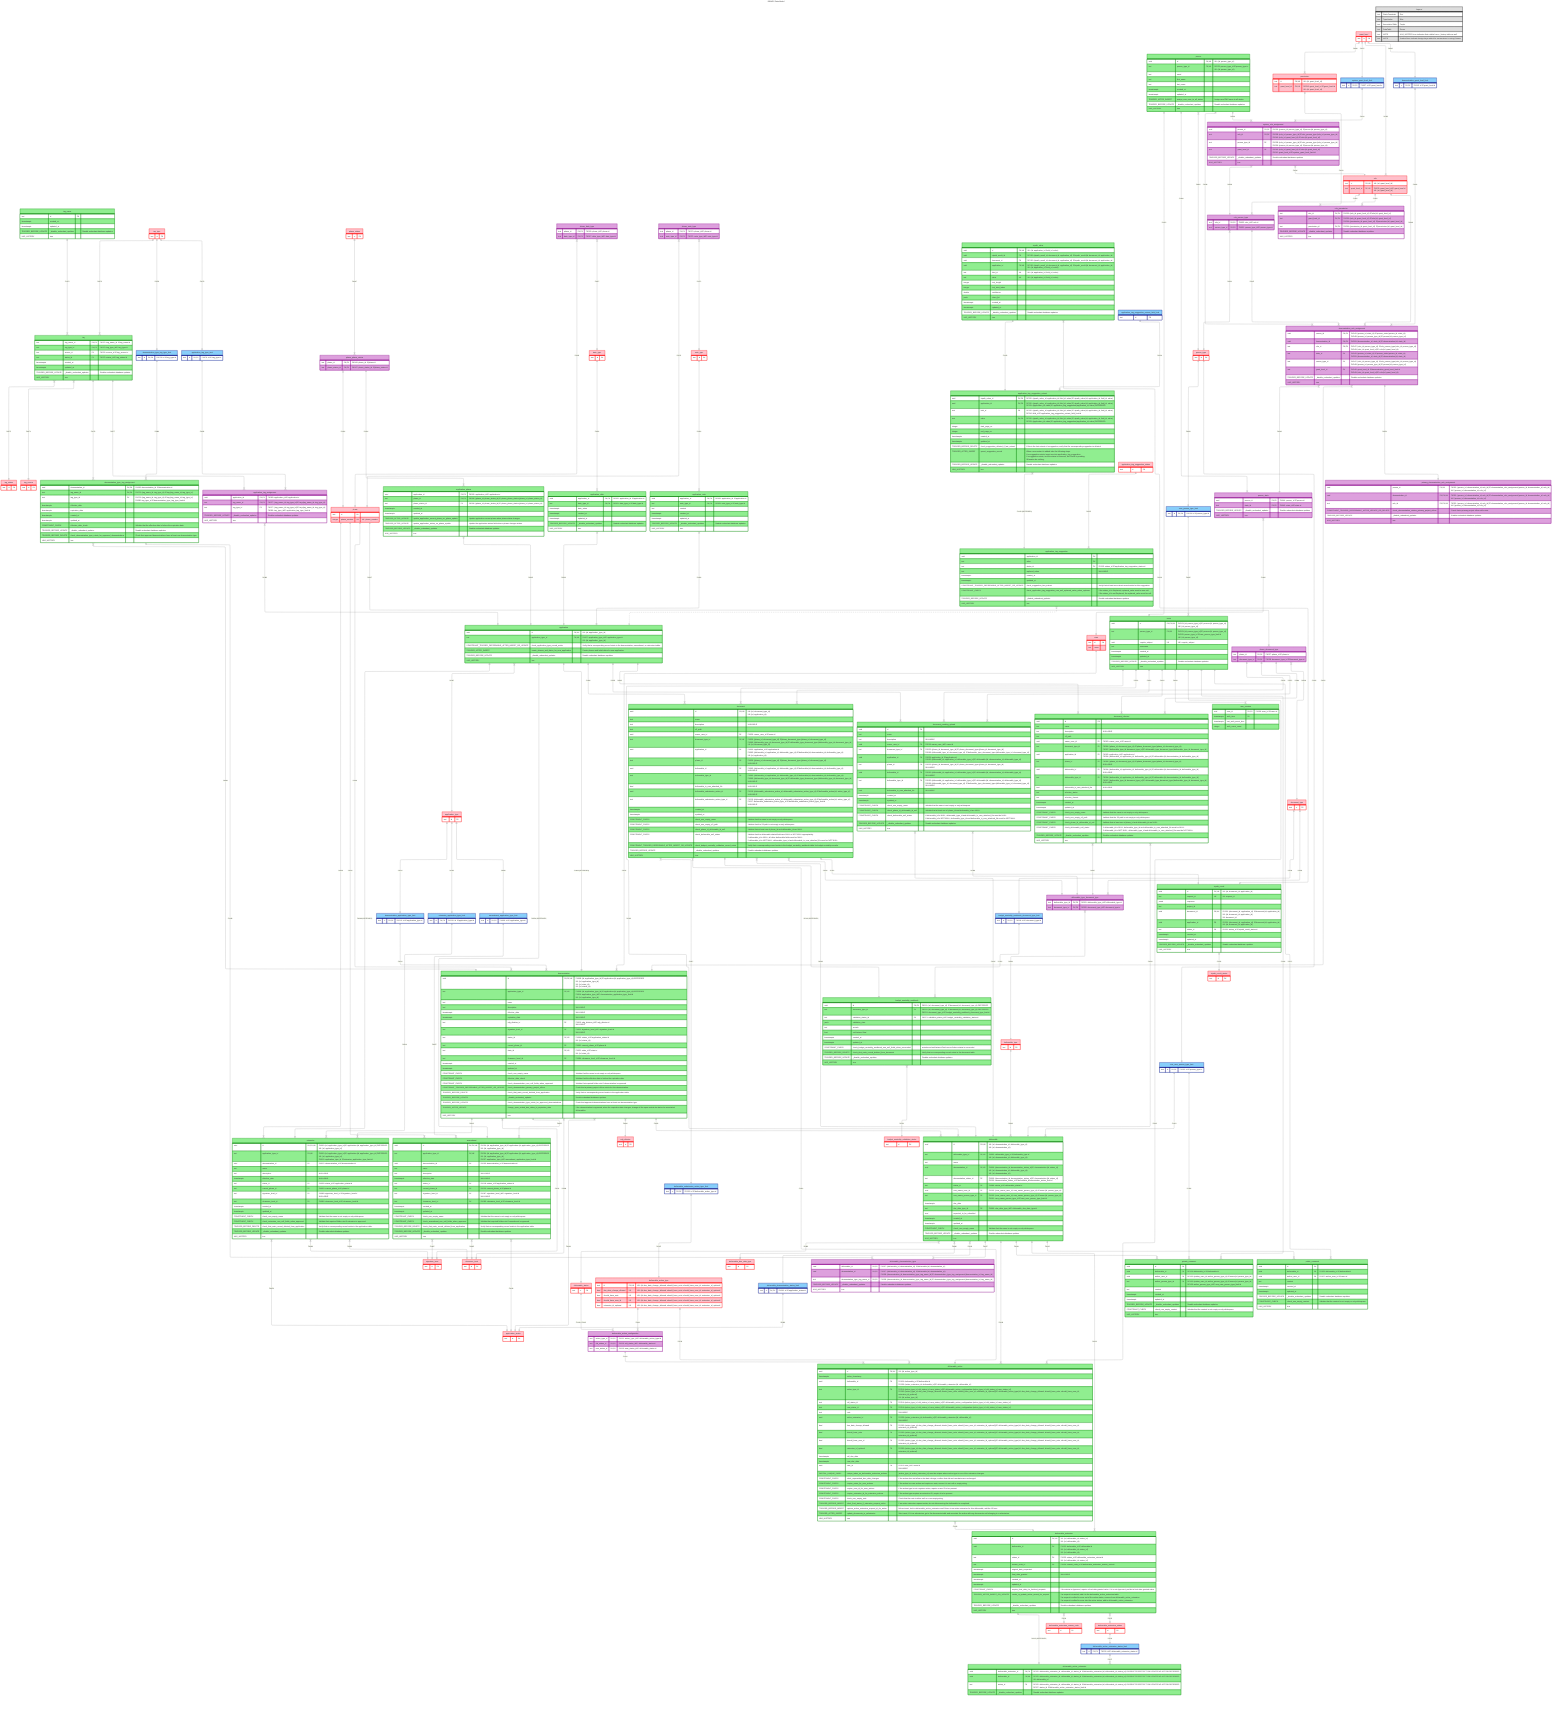
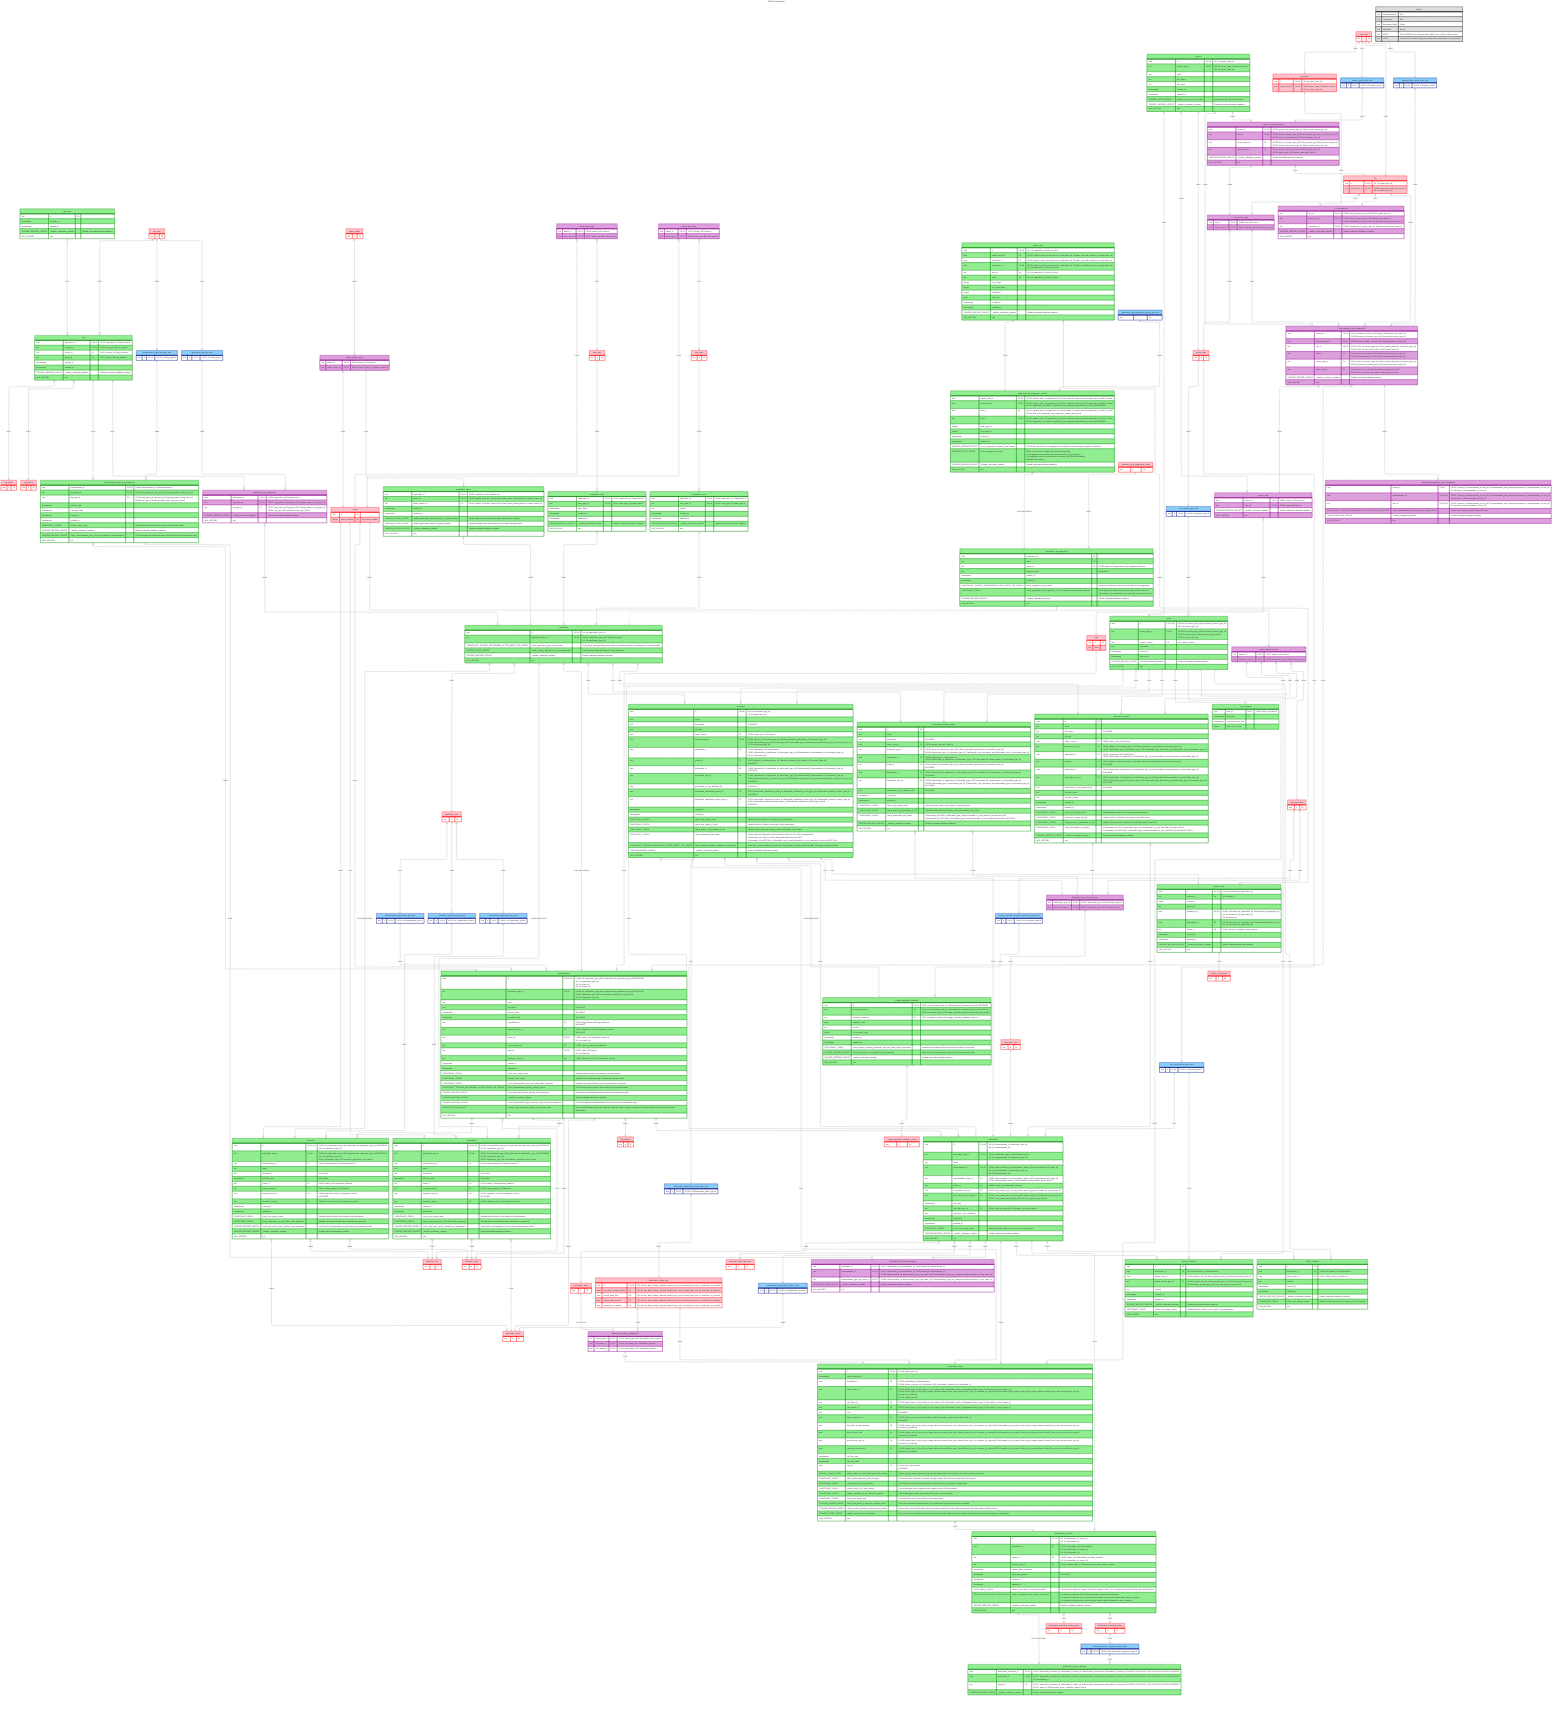
---
title: DEMOS Data Model
config:
  theme: default
  layout: elk
  elk:
    nodePlacementStrategy: NETWORK_SIMPLEX
---

erDiagram
  classDef staticConstraint stroke:red,fill:pink
  classDef typeLimiter stroke:navy,fill:lightskyblue
  classDef dataTable stroke:green,fill:lightgreen
  classDef associativeTable stroke:darkmagenta,fill:plum
  classDef legend stroke:black,fill:#ddd

  tag_name ||--|{ tag : "FK072"
  tag_type ||--|{ tag : "FK073"
  tag }|--|| tag_status : "FK075"
  tag }|--|| tag_source : "FK074"
  tag ||--|{ demonstration_type_tag_assignment : "FK076"
  tag ||--|{ application_tag_assignment : "FK077"
  tag_type ||--|| demonstration_type_tag_type_limit : "FK078"
  tag_type ||--|| application_tag_type_limit : "FK079"
  demonstration_type_tag_type_limit ||--|{ demonstration_type_tag_assignment : "FK080"
  application_tag_type_limit ||--|{ application_tag_assignment : "FK081"
  demonstration_type_tag_assignment }|--|| demonstration : "FK082"
  application_tag_assignment }|--|| application : "FK083"
  phase_status ||--|{ phase_phase_status : "FK067"
  phase_phase_status }|--|| phase : "FK066"
  phase_phase_status ||--|{ application_phase  : "FK004"
  phase_date_type }|--|| phase : "FK003"
  phase_note_type }|--|| phase : "FK070"
  phase_date_type }|--|| date_type: "FK017"
  phase_note_type }|--|| note_type: "FK071"
  application_phase }|--|| application : "FK005"
  date_type ||--|{ application_date  : "FK001"
  note_type ||--|{ application_note  : "FK069"
  application_date }|--|| application : "FK002"
  application_note }|--|| application : "FK068"
  application }|--|| application_type : "FK007"
  application ||--|| demonstration : "FK008 (DEFERRED)"
  application ||--|| extension : "FK009 (DEFERRED)"
  application ||--|| amendment : "FK054 (DEFERRED)"
  demonstration }|--|| sdg_division : "FK010"
  demonstration }|--|| signature_level : "FK011"
  demonstration ||--|{ extension : "FK012"
  demonstration ||--|{ amendment : "FK055"
  application_type ||--|| demonstration_application_type_limit : "FK013"
  demonstration_application_type_limit ||--|{ demonstration : "FK014"
  application_type ||--|| extension_application_type_limit : "FK015"
  extension_application_type_limit ||--|{ extension : "FK016"
  application_type ||--|| amendment_application_type_limit : "FK056"
  amendment_application_type_limit ||--|{ amendment : "FK057"
  amendment }|--|| application_status : "FK018"
  phase ||--|{ amendment : "FK020"
  extension }|--|| application_status : "FK058"
  phase ||--|{ extension : "FK059"
  demonstration }|--|| application_status : "FK060"
  phase ||--|{ demonstration : "FK061"
  state ||--|{ demonstration : "FK021"
  person }|--|| person_type : "FK022"
  person ||--|| users : "FK023"
  person_type ||--|| user_person_type_limit : "FK024"
  user_person_type_limit ||--|{ users : "FK025"
  users ||--|{ document : "FK026"
  users ||--|{ document_pending_upload : "FK019"
  users ||--|{ document_infected : "FK063"
  users ||--|{ user_session : "FK139"
  phase ||--|{ phase_document_type : "FK027"
  phase_document_type }|--|| document_type : "FK028"
  phase_document_type ||--|{ document : "FK029"
  phase_document_type ||--|{ document_pending_upload : "FK052"
  phase_document_type ||--|{ document_infected : "FK064"
  application ||--|{ document : "FK030"
  application ||--|{ document_pending_upload : "FK053"
  application ||--|{ document_infected : "FK065"
  role_person_type }|--|| person_type : "FK031"
  role ||--|{ role_person_type : "FK032"
  role ||--|{ role_permission : "FK033"
  permission ||--|{ role_permission : "FK034"
  grant_level ||--|{ role : "FK035"
  grant_level ||--|{ permission : "FK036"
  system_grant_level_limit ||--|{ system_role_assignment : "FK041"
  system_role_assignment }|--|| role_person_type : "FK038"
  person ||--|{ system_role_assignment : "FK039"
  system_role_assignment }|--|| role : "FK040"
  grant_level ||--|| system_grant_level_limit : "FK037"
  demonstration_role_assignment }|--|| person_state : "FK042"
  person_state }|--|| state : "FK043"
  person ||--|{ person_state : "FK044"
  grant_level ||--|| demonstration_grant_level_limit : "FK045"
  demonstration_grant_level_limit ||--|{ demonstration_role_assignment : "FK046"
  role_person_type ||--|{ demonstration_role_assignment : "FK047"
  person ||--|{ demonstration_role_assignment : "FK048"
  role ||--|{ demonstration_role_assignment : "FK049"
  demonstration_role_assignment }|--|| demonstration : "FK050"
  demonstration_role_assignment ||--|| primary_demonstration_role_assignment : "FK051"
  demonstration }|--|| clearance_level : "FK084"
  amendment }|--|| clearance_level : "FK085"
  extension }|--|| clearance_level : "FK086"
  amendment }|--|| signature_level : "FK087"
  extension }|--|| signature_level : "FK088"
  document_type ||--|| budget_neutrality_workbook_document_type_limit : "FK118"
  document ||--|| budget_neutrality_workbook : "FK119 (DEFERRED)"
  budget_neutrality_workbook_document_type_limit ||--|{ budget_neutrality_workbook : "FK120"
  budget_neutrality_workbook }|--|| budget_neutrality_validation_status : "FK121"
  document }|--|| deliverable_action : "FK116"
  document }|--|| deliverable_submission_action_type_limit : "FK117"
  deliverable_status ||--|{ deliverable_action_configuration : "FK110, FK113"
  deliverable_action_type ||--|{ deliverable_action_configuration : "FK111"
  deliverable_action_type ||--|{ deliverable_action : "FK136"
  deliverable_action_configuration ||--|{ deliverable_action : "FK114"
  deliverable_submission_action_type_limit ||--|| deliverable_action_type : "FK115"
  demonstration ||--|{ deliverable : "FK006"
  deliverable_type ||--|{ deliverable : "FK062"
  deliverable }|--|| deliverable_status : "FK089"
  deliverable }|--|| deliverable_due_date_type : "FK090"
  document_type ||--|{ deliverable_type_document_type : "FK092"
  deliverable_type_document_type }|--|| deliverable_type : "FK091"
  document }|--|| deliverable : "FK093"
  document_infected }|--|| deliverable : "FK094"
  document_pending_upload }|--|| deliverable : "FK095"
  document }|--|| deliverable_type_document_type : "FK096"
  document_infected }|--|| deliverable_type_document_type : "FK097"
  document_pending_upload }|--|| deliverable_type_document_type : "FK098"
  deliverable_demonstration_status_limit ||--|| application_status : "FK099"
  deliverable }|--|| deliverable_demonstration_status_limit : "FK100"
  cms_user_person_type_limit ||--|{ deliverable : "FK101"
  person_type ||--|| cms_user_person_type_limit : "FK102"
  users ||--|{ deliverable : "FK103"
  deliverable ||--|{ deliverable_action : "FK109"
  deliverable_action }|--|| deliverable_extension : "FK128"
  deliverable ||--|{ deliverable_extension : "FK122"
  deliverable ||--|{ deliverable_demonstration_type : "FK137"
  demonstration_type_tag_assignment ||--|{ deliverable_demonstration_type : "FK138"
  deliverable_extension }|--|| deliverable_extension_reason_code : "FK124"
  deliverable_extension }|--|| deliverable_extension_status : "FK123"
  deliverable_extension_status ||--|| deliverable_active_extension_status_limit : "FK126"
  deliverable_active_extension_status_limit ||--|{ deliverable_active_extension : "FK127"
  deliverable_extension ||--|| deliverable_active_extension : "FK125 (DEFERRED)"
  deliverable ||--|{ private_comment : "FK104"
  deliverable ||--|{ public_comment : "FK105"
  users ||--|{ private_comment : "FK106"
  users ||--|{ public_comment : "FK107"
  cms_user_person_type_limit ||--|{ private_comment : "FK108"
  users ||--|{ deliverable_action : "FK112"
  document ||--|| uipath_result : "FK129"
  uipath_result ||--|{ uipath_value : "FK130"
  uipath_result }|--|| uipath_result_status : "FK131"
  uipath_value ||--|| application_tag_suggestion_extract : "FK132"
  application_tag_suggestion_extract }|--|| application_tag_suggestion : "FK133 (DEFERRED)"
  application_tag_suggestion_extract_field_limit ||--|{ application_tag_suggestion_extract : "FK134"
  application_tag_suggestion_status ||--|{ application_tag_suggestion : "FK135"
  application_tag_suggestion }|..|| application : ""

  %% Static Constraints
  application_status:::staticConstraint {
    text id PK
  }

  application_tag_suggestion_status:::staticConstraint {
    text id PK
  }

  application_type:::staticConstraint {
    text id PK
  }

  budget_neutrality_validation_status:::staticConstraint {
    text id PK
  }

  clearance_level:::staticConstraint {
    text id PK
  }

  date_type:::staticConstraint {
    text id PK
  }

  deliverable_action_type:::staticConstraint {
    text id PK, UK "UK: (id, due_date_change_allowed, should_have_note, should_have_user_id, extension_id_optional)"
    bool due_date_change_allowed UK "UK: (id, due_date_change_allowed, should_have_note, should_have_user_id, extension_id_optional)"
    bool should_have_note UK "UK: (id, due_date_change_allowed, should_have_note, should_have_user_id, extension_id_optional)"
    bool should_have_user_id UK "UK: (id, due_date_change_allowed, should_have_note, should_have_user_id, extension_id_optional)"
    bool extension_id_optional UK "UK: (id, due_date_change_allowed, should_have_note, should_have_user_id, extension_id_optional)"
  }

  deliverable_due_date_type:::staticConstraint {
    text id PK
  }

  deliverable_extension_reason_code:::staticConstraint {
    text id PK
  }

  deliverable_extension_status:::staticConstraint {
    text id PK
  }

  deliverable_status:::staticConstraint {
    text id PK
  }

  deliverable_type:::staticConstraint {
    text id PK
  }

  document_type:::staticConstraint {
    text id PK
  }

  grant_level:::staticConstraint {
    text id PK
  }

  note_type:::staticConstraint {
    text id PK
  }

  permission:::staticConstraint {
    text id PK, UK "UK: (id, grant_level_id)"
    text grant_level_id FK, UK "FK036: grant_level_id ∈ grant_level.id<br>UK: (id, grant_level_id)"
  }

  person_type:::staticConstraint {
    text id PK
  }

  phase:::staticConstraint {
    text id PK
    integer phase_number UK "UK: phase_number"
  }

  phase_status:::staticConstraint {
    text id PK
  }

  role:::staticConstraint {
    text id PK, UK "UK: (id, grant_level_id)"
    text grant_level_id FK, UK "FK035: grant_level_id ∈ grant_level.id<br>UK: (id, grant_level_id)"
  }

  sdg_division:::staticConstraint {
    text id PK
  }

  signature_level:::staticConstraint {
    text id PK
  }

  state:::staticConstraint {
    text id PK
    text name
  }

  tag_source:::staticConstraint {
    text id PK
  }

  tag_status:::staticConstraint {
    text id PK
  }

  tag_type:::staticConstraint {
    text id PK
  }

  uipath_result_status:::staticConstraint {
    text id PK
  }

  %% Type Limiters
  amendment_application_type_limit:::typeLimiter {
    text id PK, FK "FK056: id ∈ application_type.id"
  }

  application_tag_suggestion_extract_field_limit:::typeLimiter {
    text id PK
  }

  application_tag_type_limit:::typeLimiter {
    text id PK, FK "FK079: id ∈ tag_type.id"
  }

  budget_neutrality_workbook_document_type_limit:::typeLimiter {
    text id PK, FK "FK118: id ∈ document_type.id"
  }

  cms_user_person_type_limit:::typeLimiter {
    text id PK, FK "FK102: id ∈ person_type.id"
  }

  deliverable_active_extension_status_limit:::typeLimiter {
    text id PK, FK "FK126: id ∈ deliverable_extension_status.id"
  }

  deliverable_demonstration_status_limit:::typeLimiter {
    text id PK, FK "FK099: id ∈ application_status.id"
  }

  deliverable_submission_action_type_limit:::typeLimiter {
    text id PK, FK "FK115: id ∈ deliverable_action_type.id"
  }

  demonstration_application_type_limit:::typeLimiter {
    text id PK, FK "FK013: id ∈ application_type.id"
  }

  demonstration_grant_level_limit:::typeLimiter {
    text id PK, FK "FK045: id ∈ grant_level.id"
  }

  demonstration_type_tag_type_limit:::typeLimiter {
    text id PK, FK "FK078: id ∈ tag_type.id"
  }

  extension_application_type_limit:::typeLimiter {
    text id PK, FK "FK015: id ∈ application_type.id"
  }

  system_grant_level_limit:::typeLimiter {
    text id PK, FK "FK037: id ∈ grant_level.id"
  }

  user_person_type_limit:::typeLimiter {
    text id PK, FK "FK024: id ∈ person_type.id"
  }

  %% Data Tables
  amendment:::dataTable {
    uuid id PK, FK, UK "FK054: (id, application_type_id) ∈ application.(id, application_type_id) DEFERRED<br>UK: (id, application_type_id)"
    text application_type_id FK, UK "FK054: (id, application_type_id) ∈ application.(id, application_type_id) DEFERRED<br>UK: (id, application_type_id)<br>FK057: application_type_id ∈ amendment_application_type_limit.id"
    uuid demonstration_id FK "FK055: demonstration_id ∈ demonstration.id"
    text name
    text description "NULLABLE"
    timestamptz effective_date "NULLABLE"
    text status_id FK "FK018: status_id ∈ application_status.id"
    text current_phase_id FK "FK020: current_phase_id ∈ phase.id"
    text signature_level_id FK "FK087: signature_level_id ∈ signature_level.id<br>NULLABLE"
    text clearance_level_id FK "FK085: clearance_level_id ∈ clearance_level.id"
    timestamptz created_at
    timestamptz updated_at
    CONSTRAINT_CHECK check_non_empty_name "Validate that the name is not empty or only whitespace."
    CONSTRAINT_CHECK check_amendment_non_null_fields_when_approved  "Validate that required fields exist if amendment is approved."
    TRIGGER_BEFORE_DELETE check_that_main_record_deleted_from_application "Verify that no corresponding record exists in the application table."
    TRIGGER_BEFORE_UPDATE _disable_redundant_updates "Disable redundant database updates."
    HAS_HISTORY true
  }

  application:::dataTable {
    uuid id PK, UK "UK: (id, application_type_id)"
    text application_type_id FK, UK "FK007: application_type_id ∈ application_type.id<br>UK: (id, application_type_id)"
    CONSTRAINT_TRIGGER_DEFERRABLE_AFTER_INSERT_OR_UPDATE check_application_type_record_exists "Verify that a corresponding record exists in the demonstration, amendment, or extension tables."
    TRIGGER_AFTER_INSERT create_phases_and_dates_for_new_application "Create phases and initial dates for new application."
    TRIGGER_BEFORE_UPDATE _disable_redundant_updates "Disable redundant database updates."
    HAS_HISTORY true
  }

  application_date:::dataTable {
    uuid application_id PK, FK "FK002: application_id ∈ application.id"
    text date_type_id PK, FK "FK001: date_type_id ∈ date_type.id"
    timestamptz date_value
    timestamptz created_at
    timestamptz updated_at
    TRIGGER_BEFORE_UPDATE _disable_redundant_updates "Disable redundant database updates."
    HAS_HISTORY true
  }

  application_note:::dataTable {
    uuid application_id PK, FK "FK068: application_id ∈ application.id"
    text note_type_id PK, FK "FK069: note_type_id ∈ note_type.id"
    text content
    timestamptz created_at
    timestamptz updated_at
    TRIGGER_BEFORE_UPDATE _disable_redundant_updates "Disable redundant database updates."
    HAS_HISTORY true
  }

  application_phase:::dataTable {
    uuid application_id PK, FK "FK005: application_id ∈ application.id"
    text phase_id PK, FK "FK004: (phase_id, phase_status_id) ∈ phase_phase_status.(phase_id, phase_status_id)"
    text phase_status_id FK "FK004: (phase_id, phase_status_id) ∈ phase_phase_status.(phase_id, phase_status_id)"
    timestamptz created_at
    timestamptz updated_at
    TRIGGER_AFTER_UPDATE update_application_current_phase_on_phase_update "Update application current phase when phase status changes."
    TRIGGER_AFTER_UPDATE update_application_status_on_phase_update "Update the application status field when a phase changes status."
    TRIGGER_BEFORE_UPDATE _disable_redundant_updates "Disable redundant database updates."
    HAS_HISTORY true
  }

  application_tag_suggestion:::dataTable {
    uuid application_id PK
    text value PK
    text status_id FK "FK135: status_id ∈ application_tag_suggestion_status.id"
    text replaced_value "NULLABLE"
    timestamptz created_at
    timestamptz updated_at
    CONSTRAINT_TRIGGER_DEFERRABLE_AFTER_INSERT_OR_UPDATE check_suggestion_has_extract "Verify that at least one extract record exists for this suggestion."
    CONSTRAINT_CHECK check_application_tag_suggestion_non_null_replaced_value_when_replaced "If the status_id is Replaced, replaced_value must be non null.<br>If the status_id is not Replaced, the replaced_value must be null."
    TRIGGER_BEFORE_UPDATE _disable_redundant_updates "Disable redundant database updates."
    HAS_HISTORY true
  }

  application_tag_suggestion_extract:::dataTable {
    uuid uipath_value_id PK, FK "FK132: (uipath_value_id, application_id, field_id, value) ∈ uipath_value.(id, application_id, field_id, value)"
    uuid application_id PK, FK "FK132: (uipath_value_id, application_id, field_id, value) ∈ uipath_value.(id, application_id, field_id, value)<br>FK133: (application_id, value) ∈ application_tag_suggestion.(application_id, value) DEFERRED"
    text field_id FK "FK132: (uipath_value_id, application_id, field_id, value) ∈ uipath_value.(id, application_id, field_id, value)<br>FK134: field_id ∈ application_tag_suggestion_extract_field_limit.id"
    text value PK, FK "FK132: (uipath_value_id, application_id, field_id, value) ∈ uipath_value.(id, application_id, field_id, value)<br>FK133: (application_id, value) ∈ application_tag_suggestion.(application_id, value) DEFERRED"
    integer start_page_no
    integer end_page_no
    timestamptz created_at
    timestamptz updated_at
    TRIGGER_BEFORE_DELETE check_suggestion_deleted_if_last_extract "If this is the last extract of a suggestion, verify that the corresponding suggestion is deleted."
    TRIGGER_AFTER_INSERT upsert_suggestion_record "When a new extract is added take the following steps.<br>If no suggestion exists, insert one into application_tag_suggestion.<br>If a suggestion exists, and the status is removed, set it back to pending.<br>Otherwise do nothing."
    TRIGGER_BEFORE_UPDATE _disable_redundant_updates "Disable redundant database updates."
    HAS_HISTORY true
  }

  budget_neutrality_workbook:::dataTable {
    uuid id PK, FK "FK119: (id, document_type_id) ∈ document.(id, document_type_id) DEFERRED"
    text document_type_id FK "FK119: (id, document_type_id) ∈ document.(id, document_type_id) DEFERRED<br>FK120: document_type_id ∈ budget_neutrality_workbook_document_type_limit.id"
    text validation_status_id FK "FK121: validation_status_id ∈ budget_neutrality_validation_status.id"
    jsonb validation_data
    text actuals
-     float netVarianceTotal
+     double net_variance_total
    timestamptz created_at
    timestamptz updated_at
    CONSTRAINT_CHECK check_budget_neutrality_workbook_non_null_fields_when_succeeded "actuals and netVarianceTotal non null when status is succeeded"
    TRIGGER_BEFORE_DELETE check_that_main_record_deleted_from_document "Verify that no corresponding record exists in the document table."
    TRIGGER_BEFORE_UPDATE _disable_redundant_updates "Disable redundant database updates."
    HAS_HISTORY true
  }

  %% NOTE: That empty line with <br>&nbsp; is a layout hack for Mermaid
  deliverable:::dataTable {
    uuid id PK, UK "UK: (id, demonstration_id, deliverable_type_id)<br>UK: (id, demonstration_id)<br>&nbsp;"
    text deliverable_type_id FK, UK "FK062: deliverable_type_id ∈ deliverable_type.id<br>UK: (id, demonstration_id, deliverable_type_id)"
    text name
    uuid demonstration_id FK, UK "FK006: (demonstration_id, demonstration_status_id) ∈ demonstration.(id, status_id)<br>UK: (id, demonstration_id, deliverable_type_id)<br>UK: (id, demonstration_id)"
    text demonstration_status_id FK "FK006: (demonstration_id, demonstration_status_id) ∈ demonstration.(id, status_id)<br>FK100: demonstration_status_id ∈ deliverable_demonstration_status_limit.id"
    text status_id FK "FK089: status_id ∈ deliverable_status.id"
    uuid cms_owner_user_id FK "FK103: (cms_owner_user_id, cms_owner_person_type_id) ∈ users.(id, person_type_id)"
    text cms_owner_person_type_id FK "FK103: (cms_owner_user_id, cms_owner_person_type_id) ∈ users.(id, person_type_id)<br>FK101: cms_owner_person_type_id ∈ cms_user_person_type_limit.id"
    timestamptz due_date
    text due_date_type_id FK "FK090: due_date_type_id ∈ deliverable_due_date_type.id"
    bool expected_to_be_submitted
    timestamptz created_at
    timestamptz updated_at
    CONSTRAINT_CHECK check_non_empty_name "Validate that the name is not empty or only whitespace."
    TRIGGER_BEFORE_UPDATE _disable_redundant_updates "Disable redundant database updates."
    HAS_HISTORY true
  }

  deliverable_action:::dataTable {
    uuid id PK, UK "UK: (id, action_type_id)"
    timestamptz action_timestamp
    uuid deliverable_id FK "FK109: deliverable_id ∈ deliverable.id<br>FK128: (active_extension_id, deliverable_id) ∈ deliverable_extension.(id, deliverable_id)"
    text action_type_id FK "FK114: (action_type_id, old_status_id, new_status_id) ∈ deliverable_action_configuration.(action_type_id, old_status_id, new_status_id)<br>FK136: (action_type_id, due_date_change_allowed, should_have_note, should_have_user_id, extension_id_optional)) ∈ deliverable_action_type.(id, due_date_change_allowed, should_have_note, should_have_user_id, extension_id_optional)<br>UK: (id, action_type_id)"
    text old_status_id FK "FK114: (action_type_id, old_status_id, new_status_id) ∈ deliverable_action_configuration.(action_type_id, old_status_id, new_status_id)"
    text new_status_id FK "FK114: (action_type_id, old_status_id, new_status_id) ∈ deliverable_action_configuration.(action_type_id, old_status_id, new_status_id)"
    text note "NULLABLE"
    uuid active_extension_id FK "FK128: (active_extension_id, deliverable_id) ∈ deliverable_extension.(id, deliverable_id)<br>NULLABLE"
    bool due_date_change_allowed FK "FK136: (action_type_id, due_date_change_allowed, should_have_note, should_have_user_id, extension_id_optional)) ∈ deliverable_action_type.(id, due_date_change_allowed, should_have_note, should_have_user_id, extension_id_optional)"
    bool should_have_note FK "FK136: (action_type_id, due_date_change_allowed, should_have_note, should_have_user_id, extension_id_optional)) ∈ deliverable_action_type.(id, due_date_change_allowed, should_have_note, should_have_user_id, extension_id_optional)"
    bool should_have_user_id FK "FK136: (action_type_id, due_date_change_allowed, should_have_note, should_have_user_id, extension_id_optional)) ∈ deliverable_action_type.(id, due_date_change_allowed, should_have_note, should_have_user_id, extension_id_optional)"
    bool extension_id_optional FK "FK136: (action_type_id, due_date_change_allowed, should_have_note, should_have_user_id, extension_id_optional)) ∈ deliverable_action_type.(id, due_date_change_allowed, should_have_note, should_have_user_id, extension_id_optional)"
    timestamptz old_due_date
    timestamptz new_due_date
    uuid user_id FK "FK112: user_id ∈ users.id<br>NULLABLE"
    PARTIAL_UNIQUE_INDEX unique_index_on_deliverable_extension_actions "(action_type_id, active_extension_id) must be unique where action type is one of the extension changes."
    CONSTRAINT_CHECK block_unpermitted_due_date_changes "If the action does not allow a due date change, confirm that old and new dates are unchanged."
    CONSTRAINT_CHECK require_notes_for_user_actions "If the action is a user action and requires a note, ensure it is not null or empty string."
    CONSTRAINT_CHECK require_user_id_for_user_actions "If the action type is not a system action, require a user ID to be present."
    CONSTRAINT_CHECK require_extension_id_for_extension_actions "If the action type requires an extension ID, require it to be present."
    CONSTRAINT_CHECK check_non_empty_note "Check that the note is either null or a non empty string."
    TRIGGER_BEFORE_INSERT block_final_states_if_extension_request_active "If an active extension request exists, do not allow moving the deliverable to completed."
    TRIGGER_BEFORE_INSERT capture_active_extension_request_id_for_action "Before insert, look in deliverable_active_extension and if there is an active extension for this deliverable, add the ID here."
    TRIGGER_AFTER_INSERT update_documents_in_submission "After insert, if it is a submission, go to the documents table and associate the action with any documents not belonging to a submission."
    HAS_HISTORY true
  }

  deliverable_active_extension:::dataTable {
    uuid deliverable_extension_id PK, FK "FK125: deliverable_extension_id, deliverable_id, status_id ∈ deliverable_extension.(id, deliverable_id, status_id) ON DELETE RESTRICT ON UPDATE NO ACTION DEFERRED"
    uuid deliverable_id FK, UK "FK125: deliverable_extension_id, deliverable_id, status_id ∈ deliverable_extension.(id, deliverable_id, status_id) ON DELETE RESTRICT ON UPDATE NO ACTION DEFERRED<br>UK: deliverable_id"
    text status_id FK "FK125: deliverable_extension_id, deliverable_id, status_id ∈ deliverable_extension.(id, deliverable_id, status_id) ON DELETE RESTRICT ON UPDATE NO ACTION DEFERRED<br>FK127: status_id ∈ deliverable_active_extension_status_limit.id"
    TRIGGER_BEFORE_UPDATE _disable_redundant_updates "Disable redundant database updates."
  }

  deliverable_extension:::dataTable {
    uuid id PK, UK "UK: (id, deliverable_id, status_id)<br>UK: (id, deliverable_id)"
    uuid deliverable_id FK "FK122: deliverable_id ∈ deliverable.id<br>UK: (id, deliverable_id, status_id)<br>UK: (id, deliverable_id)"
    text status_id FK "FK123: status_id ∈ deliverable_extension_status.id<br>UK: (id, deliverable_id, status_id)"
    text reason_code_id FK "FK124: reason_code_id ∈ deliverable_extension_reason_code.id"
    timestamptz original_date_requested
    timestamptz final_date_granted "NULLABLE"
    timestamptz created_at
    timestamptz updated_at
    CONSTRAINT_CHECK require_final_date_for_finished_requests "If the status is Approved, require a final date granted value. If it is not Approved, prohibit a final date granted value."
    TRIGGER_AFTER_INSERT_OR_UPDATE create_or_update_active_record_for_request "If a request is inserted, add it to the deliverable_active_extension table.<br>If a request is edited to move out of the active status, remove from deliverable_active_extension.<br>If a request is edited to move into the active status, add to deliverable_active_extension."
    TRIGGER_BEFORE_UPDATE _disable_redundant_updates "Disable redundant database updates."
    HAS_HISTORY true
  }

  demonstration:::dataTable {
    uuid id PK, FK, UK "FK008: (id, application_type_id) ∈ application.(id, application_type_id) DEFERRED<br>UK: (id, application_type_id)<br>UK: (id, state_id)<br>UK: (id, status_id)"
    text application_type_id FK, UK "FK008: (id, application_type_id) ∈ application.(id, application_type_id) DEFERRED<br>FK014: application_type_id ∈ demonstration_application_type_limit.id<br>UK: (id, application_type_id)"
    text name
    text description "NULLABLE"
    timestamptz effective_date "NULLABLE"
    timestamptz expiration_date "NULLABLE"
    text sdg_division_id FK "FK010: sdg_division_id ∈ sdg_division.id<br>NULLABLE"
    text signature_level_id FK "FK011: signature_level_id ∈ signature_level.id<br>NULLABLE"
    text status_id FK, UK "FK060: status_id ∈ application_status.id<br>UK: (id, status_id)"
    text current_phase_id FK "FK061: current_phase_id ∈ phase.id"
    text state_id FK, UK "FK021: state_id ∈ state.id<br>UK: (id, state_id)"
    text clearance_level_id FK "FK084: clearance_level_id ∈ clearance_level.id"
    timestamptz created_at
    timestamptz updated_at
    CONSTRAINT_CHECK check_non_empty_name "Validate that the name is not empty or only whitespace."
    CONSTRAINT_CHECK effective_date_check "Validate that the effective date is before the expiration date."
    CONSTRAINT_CHECK check_demonstration_non_null_fields_when_approved "Validate that required fields exist if demonstration is approved."
    CONSTRAINT_TRIGGER_DEFERRABLE_AFTER_INSERT_OR_UPDATE check_demonstration_primary_project_officer "Check that a primary project officer exists for this demonstration."
    TRIGGER_BEFORE_DELETE check_that_main_record_deleted_from_application "Verify that no corresponding record exists in the application table."
    TRIGGER_BEFORE_UPDATE _disable_redundant_updates "Disable redundant database updates."
    TRIGGER_BEFORE_UPDATE check_demonstration_type_exists_for_approved_demonstrations "Check that approved demonstrations have at least one demonstration type."
    TRIGGER_AFTER_UPDATE change_open_ended_due_dates_to_expiration_date "If the demonstration is approved, when the expiration date changes, change all the open-ended due dates for associated deliverables."
    HAS_HISTORY true
  }

  demonstration_type_tag_assignment:::dataTable {
    uuid demonstration_id PK, FK "FK082: demonstration_id ∈ demonstration.id"
    text tag_name_id PK, FK "FK076: (tag_name_id, tag_type_id) ∈ tag.(tag_name_id, tag_type_id)"
    text tag_type_id FK "FK076: (tag_name_id, tag_type_id) ∈ tag.(tag_name_id, tag_type_id)<br>FK080: tag_type_id ∈ demonstration_type_tag_type_limit.id"
    timestamptz effective_date
    timestamptz expiration_date
    timestamptz created_at
    timestamptz updated_at
    CONSTRAINT_CHECK effective_date_check "Validate that the effective date is before the expiration date."
    TRIGGER_BEFORE_UPDATE _disable_redundant_updates "Disable redundant database updates."
    TRIGGER_BEFORE_DELETE check_demonstration_type_exists_for_approved_demonstrations "Check that approved demonstrations have at least one demonstration type."
    HAS_HISTORY true
  }

  document:::dataTable {
    uuid id PK, UK "UK: (id, document_type_id)<br>UK: (id, application_id)"
    text name
    text description "NULLABLE"
    text s3_path
    uuid owner_user_id FK "FK026: owner_user_id ∈ users.id"
    text document_type_id FK, UK "FK029: (phase_id, document_type_id) ∈ phase_document_type.(phase_id, document_type_id)<br>FK096: (deliverable_type_id, document_type_id) ∈ deliverable_type_document_type.(deliverable_type_id, document_type_id)<br>UK: (id, document_type_id)"
    uuid application_id FK "FK030: application_id ∈ application.id<br>FK093: (deliverable_id, application_id, deliverable_type_id) ∈ deliverable.(id, demonstration_id, deliverable_type_id)<br>UK: (id, application_id)"
    text phase_id FK "FK029: (phase_id, document_type_id) ∈ phase_document_type.(phase_id, document_type_id)<br>NULLABLE"
    uuid deliverable_id FK "FK093: (deliverable_id, application_id, deliverable_type_id) ∈ deliverable.(id, demonstration_id, deliverable_type_id)<br>NULLABLE"
    text deliverable_type_id FK "FK093: (deliverable_id, application_id, deliverable_type_id) ∈ deliverable.(id, demonstration_id, deliverable_type_id)<br>FK096: (deliverable_type_id, document_type_id) ∈ deliverable_type_document_type.(deliverable_type_id, document_type_id)<br>NULLABLE"
    bool deliverable_is_cms_attached_file "NULLABLE"
    uuid deliverable_submission_action_id FK "FK116: (deliverable_submission_action_id, deliverable_submission_action_type_id) ∈ deliverable_action.(id, action_type_id)<br>NULLABLE"
    text deliverable_submission_action_type_id FK "FK116: (deliverable_submission_action_id, deliverable_submission_action_type_id) ∈ deliverable_action.(id, action_type_id)<br>FK117: deliverable_submission_action_type_id ∈ deliverable_submission_action_type_limit.id<br>NULLABLE"
    timestamptz created_at
    timestamptz updated_at
    CONSTRAINT_CHECK check_non_empty_name "Validate that the name is not empty or only whitespace."
    CONSTRAINT_CHECK check_non_empty_s3_path "Validate that the S3 path is not empty or only whitespace."
    CONSTRAINT_CHECK check_phase_id_deliverable_id_null "Validate that at least one of phase_id and deliverable_id are NULL."
    CONSTRAINT_CHECK check_deliverable_null_states "Validate that the deliverable-related fields are NULL or NOT NULL appropriately.<br>If deliverable_id is NULL, all other deliverable fields must be NULL.<br>If deliverable_id is NOT NULL, deliverable_type_id and deliverable_is_cms_attached_file must be NOT NULL."
    CONSTRAINT_TRIGGER_DEFERRABLE_AFTER_INSERT_OR_UPDATE check_budget_neutrality_validation_record_exists "Verify that a corresponding record exists in the budget_neutrality_workbook table for budget neutrality records."
    TRIGGER_BEFORE_UPDATE _disable_redundant_updates "Disable redundant database updates."
    HAS_HISTORY true
  }

  document_infected:::dataTable {
    uuid id PK
    text name
    text description "NULLABLE"
    text s3_path
    uuid owner_user_id FK "FK063: owner_user_id ∈ users.id"
    text document_type_id FK "FK064: (phase_id, document_type_id) ∈ phase_document_type.(phase_id, document_type_id)<br>FK097: (deliverable_type_id, document_type_id) ∈ deliverable_type_document_type.(deliverable_type_id, document_type_id)"
    uuid application_id FK "FK065: application_id ∈ application.id<br>FK094: (deliverable_id, application_id, deliverable_type_id) ∈ deliverable.(id, demonstration_id, deliverable_type_id)"
    text phase_id FK "FK064: (phase_id, document_type_id) ∈ phase_document_type.(phase_id, document_type_id)<br>NULLABLE"
    uuid deliverable_id FK "FK094: (deliverable_id, application_id, deliverable_type_id) ∈ deliverable.(id, demonstration_id, deliverable_type_id)<br>NULLABLE"
    text deliverable_type_id FK "FK094: (deliverable_id, application_id, deliverable_type_id) ∈ deliverable.(id, demonstration_id, deliverable_type_id)<br>FK097: (deliverable_type_id, document_type_id) ∈ deliverable_type_document_type.(deliverable_type_id, document_type_id)<br>NULLABLE"
    bool deliverable_is_cms_attached_file "NULLABLE"
    text infection_status
    text infection_threats
    timestamptz created_at
    timestamptz updated_at
    CONSTRAINT_CHECK check_non_empty_name "Validate that the name is not empty or only whitespace."
    CONSTRAINT_CHECK check_non_empty_s3_path "Validate that the S3 path is not empty or only whitespace."
    CONSTRAINT_CHECK check_phase_id_deliverable_id_null "Validate that at least one of phase_id and deliverable_id are NULL."
    CONSTRAINT_CHECK check_deliverable_null_states "If deliverable_id is NULL, deliverable_type_id and deliverable_is_cms_attached_file must be NULL.<br>If deliverable_id is NOT NULL, deliverable_type_id and deliverable_is_cms_attached_file must be NOT NULL."
    TRIGGER_BEFORE_UPDATE _disable_redundant_updates "Disable redundant database updates."
    HAS_HISTORY true
  }

  document_pending_upload:::dataTable {
    uuid id PK
    text name
    text description "NULLABLE"
    uuid owner_user_id FK "FK019: owner_user_id ∈ users.id"
    text document_type_id FK "FK052: (phase_id, document_type_id) ∈ phase_document_type.(phase_id, document_type_id)<br>FK098: (deliverable_type_id, document_type_id) ∈ deliverable_type_document_type.(deliverable_type_id, document_type_id)"
    uuid application_id FK "FK053: application_id ∈ application.id<br>FK095: (deliverable_id, application_id, deliverable_type_id) ∈ deliverable.(id, demonstration_id, deliverable_type_id)"
    text phase_id FK "FK052: (phase_id, document_type_id) ∈ phase_document_type.(phase_id, document_type_id)<br>NULLABLE"
    uuid deliverable_id FK "FK095: (deliverable_id, application_id, deliverable_type_id) ∈ deliverable.(id, demonstration_id, deliverable_type_id)<br>NULLABLE"
    text deliverable_type_id FK "FK095: (deliverable_id, application_id, deliverable_type_id) ∈ deliverable.(id, demonstration_id, deliverable_type_id)<br>FK098: (deliverable_type_id, document_type_id) ∈ deliverable_type_document_type.(deliverable_type_id, document_type_id)<br>NULLABLE"
    bool deliverable_is_cms_attached_file "NULLABLE"
    timestamptz created_at
    timestamptz updated_at
    CONSTRAINT_CHECK check_non_empty_name "Validate that the name is not empty or only whitespace."
    CONSTRAINT_CHECK check_phase_id_deliverable_id_null "Validate that at least one of phase_id and deliverable_id are NULL."
    CONSTRAINT_CHECK check_deliverable_null_states "If deliverable_id is NULL, deliverable_type_id and deliverable_is_cms_attached_file must be NULL.<br>If deliverable_id is NOT NULL, deliverable_type_id and deliverable_is_cms_attached_file must be NOT NULL."
    TRIGGER_BEFORE_UPDATE _disable_redundant_updates "Disable redundant database updates."
    HAS_HISTORY true
  }

  extension:::dataTable {
    uuid id PK, FK, UK "FK009: (id, application_type_id) ∈ application.(id, application_type_id) DEFERRED<br>UK: (id, application_type_id)"
    text application_type_id FK, UK "FK009: (id, application_type_id) ∈ application.(id, application_type_id) DEFERRED<br>UK: (id, application_type_id)<br>FK016: application_type_id ∈ extension_application_type_limit.id"
    uuid demonstration_id FK "FK012: demonstration_id ∈ demonstration.id"
    text name
    text description "NULLABLE"
    timestamptz effective_date "NULLABLE"
    text status_id FK "FK058: status_id ∈ application_status.id"
    text current_phase_id FK "FK059: current_phase_id ∈ phase.id"
    text signature_level_id FK "FK088: signature_level_id ∈ signature_level.id<br>NULLABLE"
    text clearance_level_id FK "FK086: clearance_level_id ∈ clearance_level.id"
    timestamptz created_at
    timestamptz updated_at
    CONSTRAINT_CHECK check_non_empty_name "Validate that the name is not empty or only whitespace."
    CONSTRAINT_CHECK check_extension_non_null_fields_when_approved  "Validate that required fields exist if extension is approved."
    TRIGGER_BEFORE_DELETE check_that_main_record_deleted_from_application "Verify that no corresponding record exists in the application table."
    TRIGGER_BEFORE_UPDATE _disable_redundant_updates "Disable redundant database updates."
    HAS_HISTORY true
  }

  person:::dataTable {
    uuid id PK, UK "UK: (id, person_type_id)"
    text person_type_id FK, UK "FK022: person_type_id ∈ person_type.id<br>UK: (id, person_type_id)"
    text email
    text first_name
    text last_name
    timestamptz created_at
    timestamptz updated_at
    TRIGGER_AFTER_INSERT assign_cms_user_to_all_states "Assign new CMS users to all states."
    TRIGGER_BEFORE_UPDATE _disable_redundant_updates "Disable redundant database updates."
    HAS_HISTORY true
  }

  private_comment:::dataTable {
    uuid id PK
    uuid deliverable_id FK "FK104: deliverable_id ∈ deliverable.id"
    uuid author_user_id FK "FK106: (author_user_id, author_person_type_id) ∈ users.(id, person_type_id)"
    text author_person_type_id FK "FK106: (author_user_id, author_person_type_id) ∈ users.(id, person_type_id)<br>FK108: author_person_type_id ∈ cms_user_person_type_limit.id"
    text content
    timestamptz created_at
    timestamptz updated_at
    TRIGGER_BEFORE_UPDATE _disable_redundant_updates "Disable redundant database updates."
    CONSTRAINT_CHECK check_non_empty_content "Validate that the content is not empty or only whitespace."
    HAS_HISTORY true
  }

  public_comment:::dataTable {
    uuid id PK
    uuid deliverable_id FK "FK105: deliverable_id ∈ deliverable.id"
    uuid author_user_id FK "FK107: author_user_id ∈ users.id"
    text content
    timestamptz created_at
    timestamptz updated_at
    TRIGGER_BEFORE_UPDATE _disable_redundant_updates "Disable redundant database updates."
    CONSTRAINT_CHECK check_non_empty_content "Validate that the content is not empty or only whitespace."
    HAS_HISTORY true
  }

  tag:::dataTable {
    text tag_name_id PK, FK "FK072: tag_name_id ∈ tag_name.id"
    text tag_type_id PK, FK "FK073: tag_type_id ∈ tag_type.id"
    text source_id FK "FK074: source_id ∈ tag_source.id"
    text status_id FK "FK075: status_id ∈ tag_status.id"
    timestamptz created_at
    timestamptz updated_at
    TRIGGER_BEFORE_UPDATE _disable_redundant_updates "Disable redundant database updates."
    HAS_HISTORY true
  }

  tag_name:::dataTable {
    text id PK
    timestamptz created_at
    timestamptz updated_at
    TRIGGER_BEFORE_UPDATE _disable_redundant_updates "Disable redundant database updates."
    HAS_HISTORY true
  }

  uipath_result:::dataTable {
    uuid id PK, UK "UK: (id, document_id, application_id)"
    text request_id UK "UK: request_id"
    jsonb response
    text project_id
    uuid document_id FK, UK "FK129: (document_id, application_id) ∈ document.(id, application_id)<br>UK: (id, document_id, application_id)<br>UK: document_id"
    uuid application_id FK "FK129: (document_id, application_id) ∈ document.(id, application_id)<br>UK: (id, document_id, application_id)"
    text status_id FK "FK131: status_id ∈ uipath_result_status.id"
    timestamptz created_at
    timestamptz updated_at
    TRIGGER_BEFORE_UPDATE _disable_redundant_updates "Disable redundant database updates."
    HAS_HISTORY true
  }

  uipath_value:::dataTable {
    uuid id PK, UK "UK: (id, application_id, field_id, value)"
    uuid uipath_result_id FK "FK130: (uipath_result_id, document_id, application_id) ∈ uipath_result.(id, document_id, application_id)"
    uuid document_id FK "FK130: (uipath_result_id, document_id, application_id) ∈ uipath_result.(id, document_id, application_id)"
    uuid application_id FK, UK "FK130: (uipath_result_id, document_id, application_id) ∈ uipath_result.(id, document_id, application_id)<br>UK: (id, application_id, field_id, value)"
    text field_id UK "UK: (id, application_id, field_id, value)"
    text value UK "UK: (id, application_id, field_id, value)"
    integer text_length
    integer text_start_index
    double confidence
    jsonb token_list
    timestamptz created_at
    timestamptz updated_at
    TRIGGER_BEFORE_UPDATE _disable_redundant_updates "Disable redundant database updates."
    HAS_HISTORY true
  }

  user_session:::dataTable {
    uuid user_id PK, FK "FK139: user_id ∈ users.id"
    timestamptz auth_time PK
    timestamptz last_auth_event_time
    integer auth_event_count
  }

  users:::dataTable {
    uuid id PK, FK, UK "FK023: (id, person_type_id) ∈ person.(id, person_type_id)<br>UK: (id, person_type_id)"
    text person_type_id FK, UK "FK023: (id, person_type_id) ∈ person.(id, person_type_id)<br>FK025: person_type_id ∈ user_person_type_limit.id<br>UK: (id, person_type_id)"
    uuid cognito_subject UK "UK: cognito_subject"
    text username
    timestamptz created_at
    timestamptz updated_at
    TRIGGER_BEFORE_UPDATE _disable_redundant_updates "Disable redundant database updates."
    HAS_HISTORY true
  }

  %% Associative Tables
  application_tag_assignment:::associativeTable {
    uuid application_id PK, FK "FK083: application_id ∈ application.id"
    text tag_name_id PK, FK "FK077: (tag_name_id, tag_type_id) ∈ tag.(tag_name_id, tag_type_id)"
    text tag_type_id FK "FK077: (tag_name_id, tag_type_id) ∈ tag.(tag_name_id, tag_type_id)<br>FK081: tag_type_id ∈ application_tag_type_limit.id"
    TRIGGER_BEFORE_UPDATE _disable_redundant_updates "Disable redundant database updates."
    HAS_HISTORY true
  }

  deliverable_action_configuration:::associativeTable {
    text action_type_id PK, FK "FK111: action_type_id ∈ deliverable_action_type.id"
    text old_status_id PK, FK "FK110: old_status_id ∈ deliverable_status.id"
    text new_status_id PK, FK "FK113: new_status_id ∈ deliverable_status.id"
  }

  deliverable_demonstration_type:::associativeTable {
    uuid deliverable_id PK, FK "FK137: (deliverable_id, demonstration_id) ∈ deliverable.(id, demonstration_id)"
    uuid demonstration_id PK, FK "FK137: (deliverable_id, demonstration_id) ∈ deliverable.(id, demonstration_id)<br>FK138: (demonstration_id, demonstration_type_tag_name_id) ∈ demonstration_type_tag_assignment.(demonstration_id, tag_name_id)"
    text demonstration_type_tag_name_id PK, FK "FK138: (demonstration_id, demonstration_type_tag_name_id) ∈ demonstration_type_tag_assignment.(demonstration_id, tag_name_id)"
    TRIGGER_BEFORE_UPDATE _disable_redundant_updates "Disable redundant database updates."
    HAS_HISTORY true
  }

  deliverable_type_document_type:::associativeTable {
    text deliverable_type_id PK, FK "FK091: deliverable_type_id ∈ deliverable_type.id"
    text document_type_id PK, FK "FK092: document_type_id ∈ document_type.id"
  }

  demonstration_role_assignment:::associativeTable {
    uuid person_id PK, FK "FK042: (person_id, state_id) ∈ person_state.(person_id, state_id)<br>FK048: (person_id, person_type_id) ∈ person.(id, person_type_id)"
    uuid demonstration_id PK, FK "FK050: (demonstration_id, state_id) ∈ demonstration.(id, state_id)"
    text role_id PK, FK "FK047: (role_id, person_type_id) ∈ role_person_type.(role_id, person_type_id)<br>FK049: (role_id, grant_level_id) ∈ role.(id, grant_level_id)"
    text state_id FK "FK042: (person_id, state_id) ∈ person_state.(person_id, state_id)<br>FK050: (demonstration_id, state_id) ∈ demonstration.(id, state_id)"
    text person_type_id FK "FK047: (role_id, person_type_id) ∈ role_person_type.(role_id, person_type_id)<br>FK048: (person_id, person_type_id) ∈ person.(id, person_type_id)"
    text grant_level_id FK "FK046: grant_level_id ∈ demonstration_grant_level_limit.id<br>FK049: (role_id, grant_level_id) ∈ role.(id, grant_level_id)"
    TRIGGER_BEFORE_UPDATE _disable_redundant_updates "Disable redundant database updates."
    HAS_HISTORY true
  }

  person_state:::associativeTable {
    uuid person_id PK, FK "FK044: person_id ∈ person.id"
    text state_id PK, FK "FK043: state_id ∈ state.id"
    TRIGGER_BEFORE_UPDATE _disable_redundant_updates "Disable redundant database updates."
    HAS_HISTORY true
  }

  phase_date_type:::associativeTable {
    text phase_id PK, FK "FK003: phase_id ∈ phase.id"
    text date_type_id PK, FK "FK017: date_type_id ∈ date_type.id"
  }

  phase_document_type:::associativeTable {
    text phase_id PK, FK "FK027: phase_id ∈ phase.id"
    text document_type_id PK, FK "FK028: document_type_id ∈ document_type.id"
  }

  phase_note_type:::associativeTable {
    text phase_id PK, FK "FK070: phase_id ∈ phase.id"
    text note_type_id PK, FK "FK071: note_type_id ∈ note_type.id"
  }

  phase_phase_status:::associativeTable {
    text phase_id PK, FK "FK066: phase_id ∈ phase.id"
    text phase_status_id PK, FK "FK067: phase_status_id ∈ phase_status.id"
  }

  primary_demonstration_role_assignment:::associativeTable {
    uuid person_id FK, UK "FK051: (person_id, demonstration_id, role_id) ∈ demonstration_role_assignment.(person_id, demonstration_id, role_id)<br>UK: (person_id, demonstration_id, role_id)"
    uuid demonstration_id PK, FK, UK "FK051: (person_id, demonstration_id, role_id) ∈ demonstration_role_assignment.(person_id, demonstration_id, role_id)<br>UK: (person_id, demonstration_id, role_id)"
    text role_id PK, FK, UK "FK051: (person_id, demonstration_id, role_id) ∈ demonstration_role_assignment.(person_id, demonstration_id, role_id)<br>UK: (person_id, demonstration_id, role_id)"
    CONSTRAINT_TRIGGER_DEFERRABLE_AFTER_UPDATE_OR_DELETE check_demonstration_retains_primary_project_officer "Check that a primary project officer still exists."
    TRIGGER_BEFORE_UPDATE _disable_redundant_updates "Disable redundant database updates."
    HAS_HISTORY true
  }

  role_permission:::associativeTable {
    text role_id PK, FK "FK033: (role_id, grant_level_id) ∈ role.(id, grant_level_id)"
    text grant_level_id PK, FK "FK033: (role_id, grant_level_id) ∈ role.(id, grant_level_id)<br>FK034: (permission_id, grant_level_id) ∈ permission.(id, grant_level_id)"
    text permission_id PK, FK "FK034: (permission_id, grant_level_id) ∈ permission.(id, grant_level_id)"
    TRIGGER_BEFORE_UPDATE _disable_redundant_updates "Disable redundant database updates."
    HAS_HISTORY true
  }

  role_person_type:::associativeTable {
    text role_id PK, FK "FK032: role_id ∈ role.id"
    text person_type_id PK, FK "FK031: person_type_id ∈ person_type.id"
  }

  system_role_assignment:::associativeTable {
    uuid person_id PK, FK "FK039: (person_id, person_type_id) ∈ person.(id, person_type_id)"
    text role_id PK, FK "FK038: (role_id, person_type_id) ∈ role_person_type.(role_id, person_type_id)<br>FK040: (role_id, grant_level_id) ∈ role.(id, grant_level_id)"
    text person_type_id FK "FK038: (role_id, person_type_id) ∈ role_person_type.(role_id, person_type_id)<br>FK039: (person_id, person_type_id) ∈ person.(id, person_type_id)"
    text grant_level_id FK "FK040: (role_id, grant_level_id) ∈ role.(id, grant_level_id)<br>FK041: grant_level_id ∈ system_grant_level_limit.id"
    TRIGGER_BEFORE_UPDATE _disable_redundant_updates "Disable redundant database updates."
    HAS_HISTORY true
  }

  %% Legend
  Legend:::legend {
    text StaticConstraint "Red"
    text TypeLimiter "Blue"
    text AssociativeTable "Purple"
    text DataTable "Green"
    text NOTE "HAS_HISTORY true indicates that a table has a _history table as well."
    text NOTE "Dashed lines indicate foreign keys added for convenience in using Prisma."
  }
